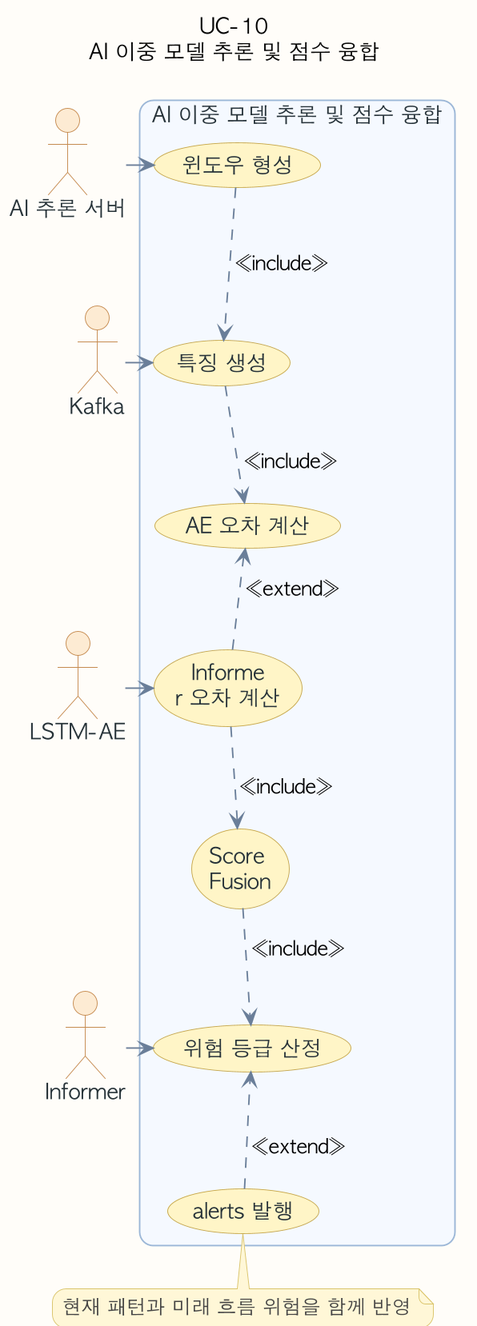
ricky30825-creator/BMS keeps this PlantUML diagram as assets/diagrams/usecase/uc-10-usecase.png. Above is the earlier version. Its source is kept beside it as assets/diagrams/usecase/uc-10-usecase.puml.
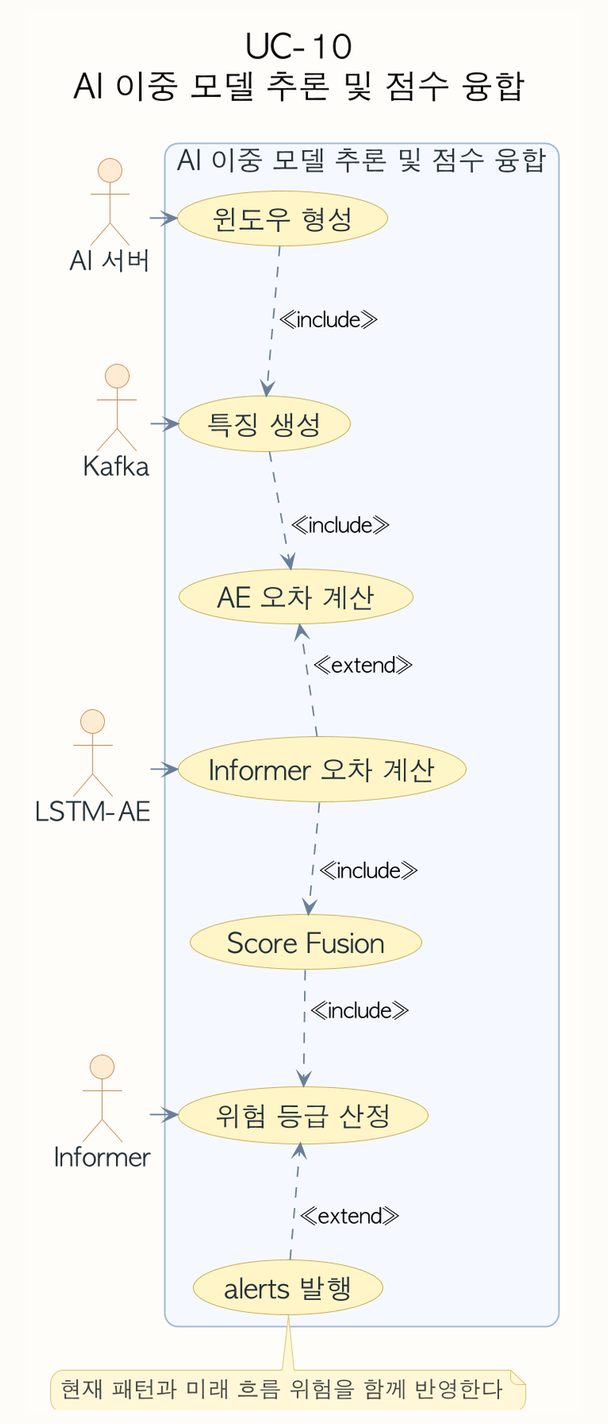
Later version of the same file.

The edit, as a diff of the source:
```diff
@@ -4,6 +4,12 @@
 skinparam shadowing false
 skinparam dpi 180
 skinparam defaultFontName "AppleGothic"
+skinparam defaultFontSize 18
+skinparam TitleFontSize 22
+skinparam ActorFontSize 17
+skinparam UsecaseFontSize 18
+skinparam NoteFontSize 15
+skinparam ArrowFontSize 14
 skinparam roundcorner 18
 skinparam usecase {
   BackgroundColor #F8FAFC
@@ -32,7 +38,7 @@
   BorderColor #C6A84F
 }
 title UC-10\nAI 이중 모델 추론 및 점수 융합
-actor "AI 추론 서버" as A
+actor "AI 서버" as A
 actor "Kafka" as S1
 actor "LSTM-AE" as S2
 actor "Informer" as S3
@@ -40,8 +46,8 @@
   usecase "윈도우 형성" as U1
   usecase "특징 생성" as U2
   usecase "AE 오차 계산" as U3
-  usecase "Informe\nr 오차 계산" as U4
-  usecase "Score \nFusion" as U5
+  usecase "Informer 오차 계산" as U4
+  usecase "Score Fusion" as U5
   usecase "위험 등급 산정" as U6
   usecase "alerts 발행" as U7
 }
@@ -62,6 +68,6 @@
 U5 ..> U6 : <<include>>
 U7 ..> U6 : <<extend>>
 note bottom of U7
-현재 패턴과 미래 흐름 위험을 함께 반영
+현재 패턴과 미래 흐름 위험을 함께 반영한다
 end note
 @enduml
```
